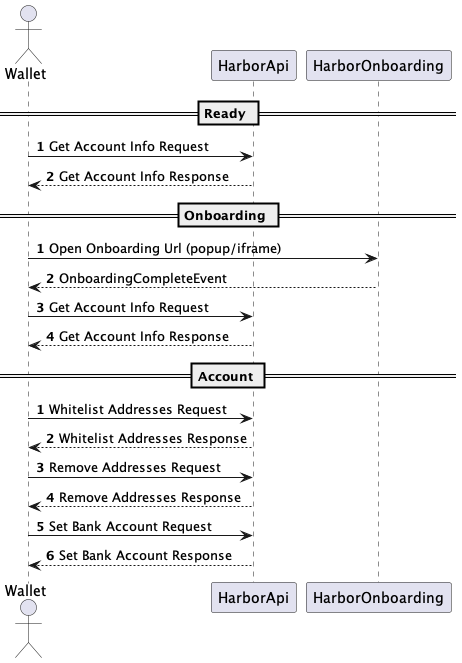
Earlier version of the PlantUML export docs/ramp-api.png (harbour-tech/harbour-ts-sdk). Its diagram source:
```plantuml
@startuml

actor Wallet

== Ready ==
autonumber
Wallet -> HarborApi: Get Account Info Request
Wallet <-- HarborApi: Get Account Info Response

== Onboarding ==
autonumber
Wallet -> HarborOnboarding: Open Onboarding Url (popup/iframe)
Wallet <-- HarborOnboarding: OnboardingCompleteEvent

Wallet -> HarborApi: Get Account Info Request
Wallet <-- HarborApi: Get Account Info Response


== Account ==
autonumber
Wallet -> HarborApi: Whitelist Addresses Request
Wallet <-- HarborApi: Whitelist Addresses Response

Wallet -> HarborApi: Remove Addresses Request
Wallet <-- HarborApi: Remove Addresses Response

Wallet -> HarborApi: Set Bank Account Request
Wallet <-- HarborApi: Set Bank Account Response


@enduml
```
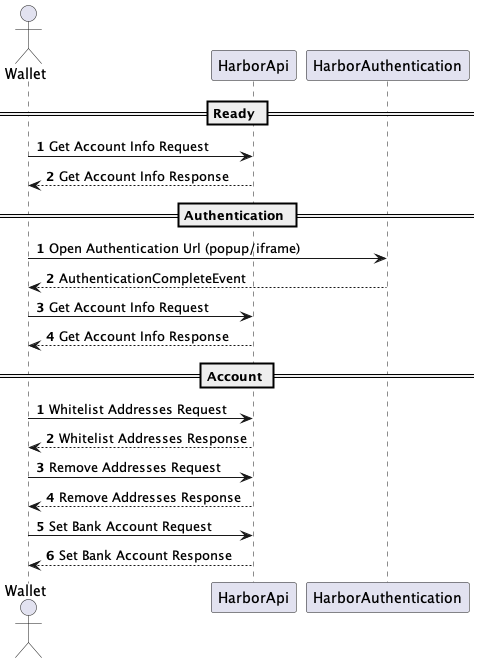
Later version of the same file.

What changed in the source:
```diff
@@ -7,10 +7,10 @@
 Wallet -> HarborApi: Get Account Info Request
 Wallet <-- HarborApi: Get Account Info Response
 
-== Onboarding ==
+== Authentication ==
 autonumber
-Wallet -> HarborOnboarding: Open Onboarding Url (popup/iframe)
-Wallet <-- HarborOnboarding: OnboardingCompleteEvent
+Wallet -> HarborAuthentication: Open Authentication Url (popup/iframe)
+Wallet <-- HarborAuthentication: AuthenticationCompleteEvent
 
 Wallet -> HarborApi: Get Account Info Request
 Wallet <-- HarborApi: Get Account Info Response
```
